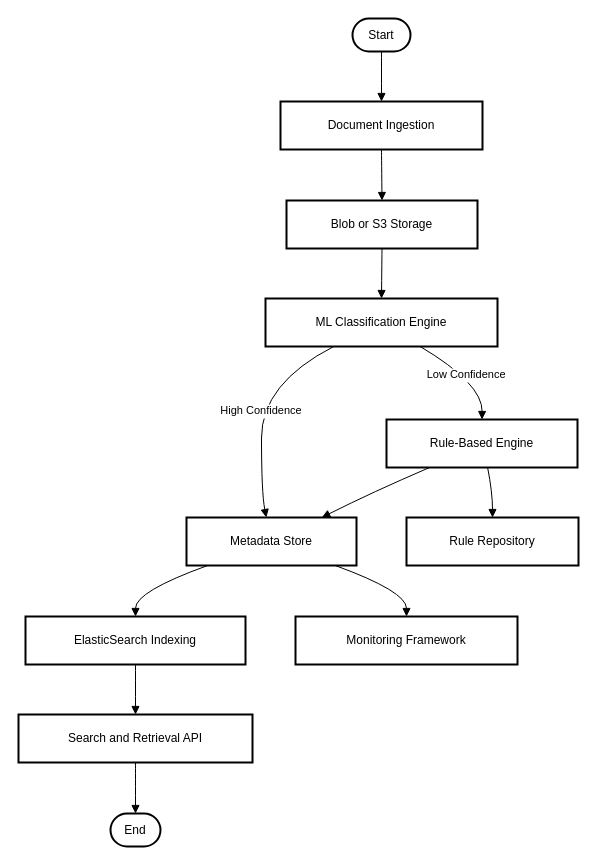
Earlier version of the draw.io diagram Untitled Diagram.drawio (ml-misfits01/System-Design-Practice). Source tidied: cells renumbered, new cells numbered last; positions are measured from the earlier drawing's top-left corner, leaving out a move shared by most shapes. Both pictures are drawn from the tidied source at 100%, with x=0, y=0 at pixel (18, 18).
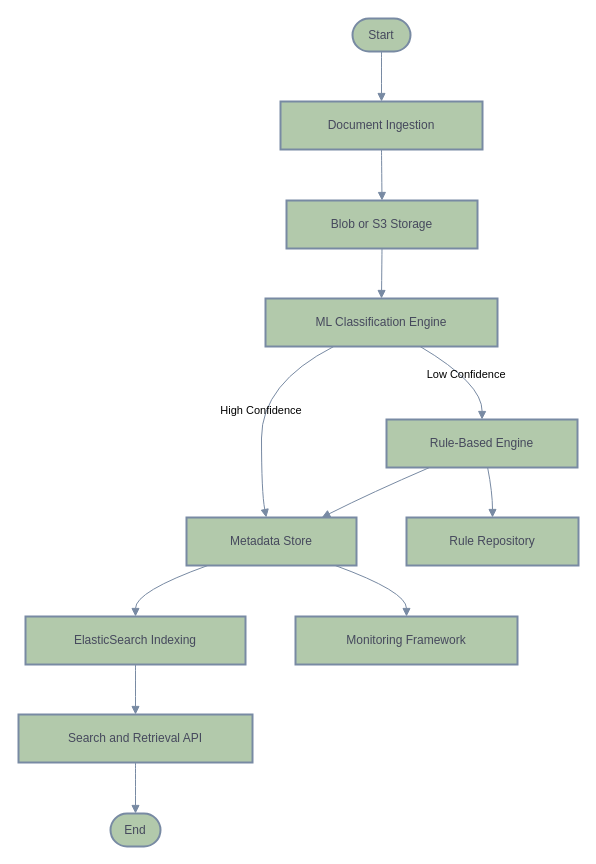
The same page after the edit.

Commit message:
ESIS System Design

What changed in the source:
```diff
@@
-    <mxCell id="2" value="Start" style="rounded=1;whiteSpace=wrap;arcSize=50;strokeWidth=2;" parent="1" vertex="1">
+    <mxCell id="2" value="Start" style="rounded=1;whiteSpace=wrap;arcSize=50;strokeWidth=2;labelBackgroundColor=none;fillColor=#B2C9AB;strokeColor=#788AA3;fontColor=#46495D;" parent="1" vertex="1">
       <mxGeometry x="334" width="58" height="33" as="geometry" />
     </mxCell>
-    <mxCell id="3" value="Document Ingestion" style="whiteSpace=wrap;strokeWidth=2;" parent="1" vertex="1">
+    <mxCell id="3" value="Document Ingestion" style="whiteSpace=wrap;strokeWidth=2;labelBackgroundColor=none;fillColor=#B2C9AB;strokeColor=#788AA3;fontColor=#46495D;" parent="1" vertex="1">
       <mxGeometry x="262" y="83" width="202" height="48" as="geometry" />
     </mxCell>
-    <mxCell id="4" value="Blob or S3 Storage" style="whiteSpace=wrap;strokeWidth=2;" parent="1" vertex="1">
+    <mxCell id="4" value="Blob or S3 Storage" style="whiteSpace=wrap;strokeWidth=2;labelBackgroundColor=none;fillColor=#B2C9AB;strokeColor=#788AA3;fontColor=#46495D;" parent="1" vertex="1">
       <mxGeometry x="268" y="182" width="191" height="48" as="geometry" />
     </mxCell>
-    <mxCell id="5" value="ML Classification Engine" style="whiteSpace=wrap;strokeWidth=2;" parent="1" vertex="1">
+    <mxCell id="5" value="ML Classification Engine" style="whiteSpace=wrap;strokeWidth=2;labelBackgroundColor=none;fillColor=#B2C9AB;strokeColor=#788AA3;fontColor=#46495D;" parent="1" vertex="1">
       <mxGeometry x="247" y="280" width="232" height="48" as="geometry" />
     </mxCell>
-    <mxCell id="6" value="Metadata Store" style="whiteSpace=wrap;strokeWidth=2;" parent="1" vertex="1">
+    <mxCell id="6" value="Metadata Store" style="whiteSpace=wrap;strokeWidth=2;labelBackgroundColor=none;fillColor=#B2C9AB;strokeColor=#788AA3;fontColor=#46495D;" parent="1" vertex="1">
       <mxGeometry x="168" y="499" width="170" height="48" as="geometry" />
     </mxCell>
-    <mxCell id="7" value="Rule-Based Engine" style="whiteSpace=wrap;strokeWidth=2;" parent="1" vertex="1">
+    <mxCell id="7" value="Rule-Based Engine" style="whiteSpace=wrap;strokeWidth=2;labelBackgroundColor=none;fillColor=#B2C9AB;strokeColor=#788AA3;fontColor=#46495D;" parent="1" vertex="1">
       <mxGeometry x="368" y="401" width="191" height="48" as="geometry" />
     </mxCell>
-    <mxCell id="8" value="Rule Repository" style="whiteSpace=wrap;strokeWidth=2;" parent="1" vertex="1">
+    <mxCell id="8" value="Rule Repository" style="whiteSpace=wrap;strokeWidth=2;labelBackgroundColor=none;fillColor=#B2C9AB;strokeColor=#788AA3;fontColor=#46495D;" parent="1" vertex="1">
       <mxGeometry x="388" y="499" width="172" height="48" as="geometry" />
     </mxCell>
-    <mxCell id="9" value="ElasticSearch Indexing" style="whiteSpace=wrap;strokeWidth=2;" parent="1" vertex="1">
+    <mxCell id="9" value="ElasticSearch Indexing" style="whiteSpace=wrap;strokeWidth=2;labelBackgroundColor=none;fillColor=#B2C9AB;strokeColor=#788AA3;fontColor=#46495D;" parent="1" vertex="1">
       <mxGeometry x="7" y="598" width="220" height="48" as="geometry" />
     </mxCell>
-    <mxCell id="10" value="Search and Retrieval API" style="whiteSpace=wrap;strokeWidth=2;" parent="1" vertex="1">
+    <mxCell id="10" value="Search and Retrieval API" style="whiteSpace=wrap;strokeWidth=2;labelBackgroundColor=none;fillColor=#B2C9AB;strokeColor=#788AA3;fontColor=#46495D;" parent="1" vertex="1">
       <mxGeometry y="696" width="234" height="48" as="geometry" />
     </mxCell>
-    <mxCell id="11" value="Monitoring Framework" style="whiteSpace=wrap;strokeWidth=2;" parent="1" vertex="1">
+    <mxCell id="11" value="Monitoring Framework" style="whiteSpace=wrap;strokeWidth=2;labelBackgroundColor=none;fillColor=#B2C9AB;strokeColor=#788AA3;fontColor=#46495D;" parent="1" vertex="1">
       <mxGeometry x="277" y="598" width="222" height="48" as="geometry" />
     </mxCell>
-    <mxCell id="12" value="End" style="rounded=1;whiteSpace=wrap;arcSize=50;strokeWidth=2;" parent="1" vertex="1">
+    <mxCell id="12" value="End" style="rounded=1;whiteSpace=wrap;arcSize=50;strokeWidth=2;labelBackgroundColor=none;fillColor=#B2C9AB;strokeColor=#788AA3;fontColor=#46495D;" parent="1" vertex="1">
       <mxGeometry x="92" y="795" width="50" height="33" as="geometry" />
     </mxCell>
-    <mxCell id="13" style="curved=1;startArrow=none;endArrow=block;exitX=0.5;exitY=1.01;entryX=0.5;entryY=0.01;rounded=0;" parent="1" edge="1" source="2" target="3">
+    <mxCell id="13" style="curved=1;startArrow=none;endArrow=block;exitX=0.5;exitY=1.01;entryX=0.5;entryY=0.01;rounded=0;labelBackgroundColor=none;strokeColor=#788AA3;fontColor=default;" parent="1" edge="1" source="2" target="3">
       <mxGeometry relative="1" as="geometry" />
     </mxCell>
-    <mxCell id="14" style="curved=1;startArrow=none;endArrow=block;exitX=0.5;exitY=1.02;entryX=0.5;entryY=0;rounded=0;" parent="1" edge="1" source="3" target="4">
+    <mxCell id="14" style="curved=1;startArrow=none;endArrow=block;exitX=0.5;exitY=1.02;entryX=0.5;entryY=0;rounded=0;labelBackgroundColor=none;strokeColor=#788AA3;fontColor=default;" parent="1" edge="1" source="3" target="4">
       <mxGeometry relative="1" as="geometry" />
     </mxCell>
-    <mxCell id="15" style="curved=1;startArrow=none;endArrow=block;exitX=0.5;exitY=1;entryX=0.5;entryY=0;rounded=0;" parent="1" edge="1" source="4" target="5">
+    <mxCell id="15" style="curved=1;startArrow=none;endArrow=block;exitX=0.5;exitY=1;entryX=0.5;entryY=0;rounded=0;labelBackgroundColor=none;strokeColor=#788AA3;fontColor=default;" parent="1" edge="1" source="4" target="5">
       <mxGeometry relative="1" as="geometry" />
     </mxCell>
-    <mxCell id="16" value="High Confidence" style="curved=1;startArrow=none;endArrow=block;exitX=0.29;exitY=1.01;entryX=0.47;entryY=0.01;rounded=0;" parent="1" edge="1" source="5" target="6">
+    <mxCell id="16" value="High Confidence" style="curved=1;startArrow=none;endArrow=block;exitX=0.29;exitY=1.01;entryX=0.47;entryY=0.01;rounded=0;labelBackgroundColor=none;strokeColor=#788AA3;fontColor=default;" parent="1" edge="1" source="5" target="6">
       <mxGeometry relative="1" as="geometry">
         <Array as="points">
           <mxPoint x="243" y="365" />
           <mxPoint x="243" y="474" />
         </Array>
       </mxGeometry>
     </mxCell>
-    <mxCell id="17" value="Low Confidence" style="curved=1;startArrow=none;endArrow=block;exitX=0.67;exitY=1.01;entryX=0.5;entryY=0;rounded=0;" parent="1" edge="1" source="5" target="7">
+    <mxCell id="17" value="Low Confidence" style="curved=1;startArrow=none;endArrow=block;exitX=0.67;exitY=1.01;entryX=0.5;entryY=0;rounded=0;labelBackgroundColor=none;strokeColor=#788AA3;fontColor=default;" parent="1" edge="1" source="5" target="7">
       <mxGeometry relative="1" as="geometry">
         <Array as="points">
           <mxPoint x="464" y="365" />
         </Array>
       </mxGeometry>
     </mxCell>
-    <mxCell id="18" style="curved=1;startArrow=none;endArrow=block;exitX=0.53;exitY=1.01;entryX=0.5;entryY=0.01;rounded=0;" parent="1" edge="1" source="7" target="8">
+    <mxCell id="18" style="curved=1;startArrow=none;endArrow=block;exitX=0.53;exitY=1.01;entryX=0.5;entryY=0.01;rounded=0;labelBackgroundColor=none;strokeColor=#788AA3;fontColor=default;" parent="1" edge="1" source="7" target="8">
       <mxGeometry relative="1" as="geometry">
         <Array as="points">
           <mxPoint x="474" y="474" />
         </Array>
       </mxGeometry>
     </mxCell>
-    <mxCell id="19" style="curved=1;startArrow=none;endArrow=block;exitX=0.22;exitY=1.01;entryX=0.79;entryY=0.01;rounded=0;" parent="1" edge="1" source="7" target="6">
+    <mxCell id="19" style="curved=1;startArrow=none;endArrow=block;exitX=0.22;exitY=1.01;entryX=0.79;entryY=0.01;rounded=0;labelBackgroundColor=none;strokeColor=#788AA3;fontColor=default;" parent="1" edge="1" source="7" target="6">
       <mxGeometry relative="1" as="geometry">
         <Array as="points">
           <mxPoint x="353" y="474" />
         </Array>
       </mxGeometry>
     </mxCell>
-    <mxCell id="20" style="curved=1;startArrow=none;endArrow=block;exitX=0.11;exitY=1.02;entryX=0.5;entryY=0;rounded=0;" parent="1" edge="1" source="6" target="9">
+    <mxCell id="20" style="curved=1;startArrow=none;endArrow=block;exitX=0.11;exitY=1.02;entryX=0.5;entryY=0;rounded=0;labelBackgroundColor=none;strokeColor=#788AA3;fontColor=default;" parent="1" edge="1" source="6" target="9">
       <mxGeometry relative="1" as="geometry">
         <Array as="points">
           <mxPoint x="117" y="573" />
         </Array>
       </mxGeometry>
     </mxCell>
-    <mxCell id="21" style="curved=1;startArrow=none;endArrow=block;exitX=0.5;exitY=1;entryX=0.5;entryY=0;rounded=0;" parent="1" edge="1" source="9" target="10">
+    <mxCell id="21" style="curved=1;startArrow=none;endArrow=block;exitX=0.5;exitY=1;entryX=0.5;entryY=0;rounded=0;labelBackgroundColor=none;strokeColor=#788AA3;fontColor=default;" parent="1" edge="1" source="9" target="10">
       <mxGeometry relative="1" as="geometry" />
     </mxCell>
-    <mxCell id="22" style="curved=1;startArrow=none;endArrow=block;exitX=0.89;exitY=1.02;entryX=0.5;entryY=0;rounded=0;" parent="1" edge="1" source="6" target="11">
+    <mxCell id="22" style="curved=1;startArrow=none;endArrow=block;exitX=0.89;exitY=1.02;entryX=0.5;entryY=0;rounded=0;labelBackgroundColor=none;strokeColor=#788AA3;fontColor=default;" parent="1" edge="1" source="6" target="11">
       <mxGeometry relative="1" as="geometry">
         <Array as="points">
           <mxPoint x="388" y="573" />
         </Array>
       </mxGeometry>
     </mxCell>
-    <mxCell id="23" style="curved=1;startArrow=none;endArrow=block;exitX=0.5;exitY=1.01;entryX=0.5;entryY=-0.01;rounded=0;" parent="1" edge="1" source="10" target="12">
+    <mxCell id="23" style="curved=1;startArrow=none;endArrow=block;exitX=0.5;exitY=1.01;entryX=0.5;entryY=-0.01;rounded=0;labelBackgroundColor=none;strokeColor=#788AA3;fontColor=default;" parent="1" edge="1" source="10" target="12">
       <mxGeometry relative="1" as="geometry" />
     </mxCell>
```
